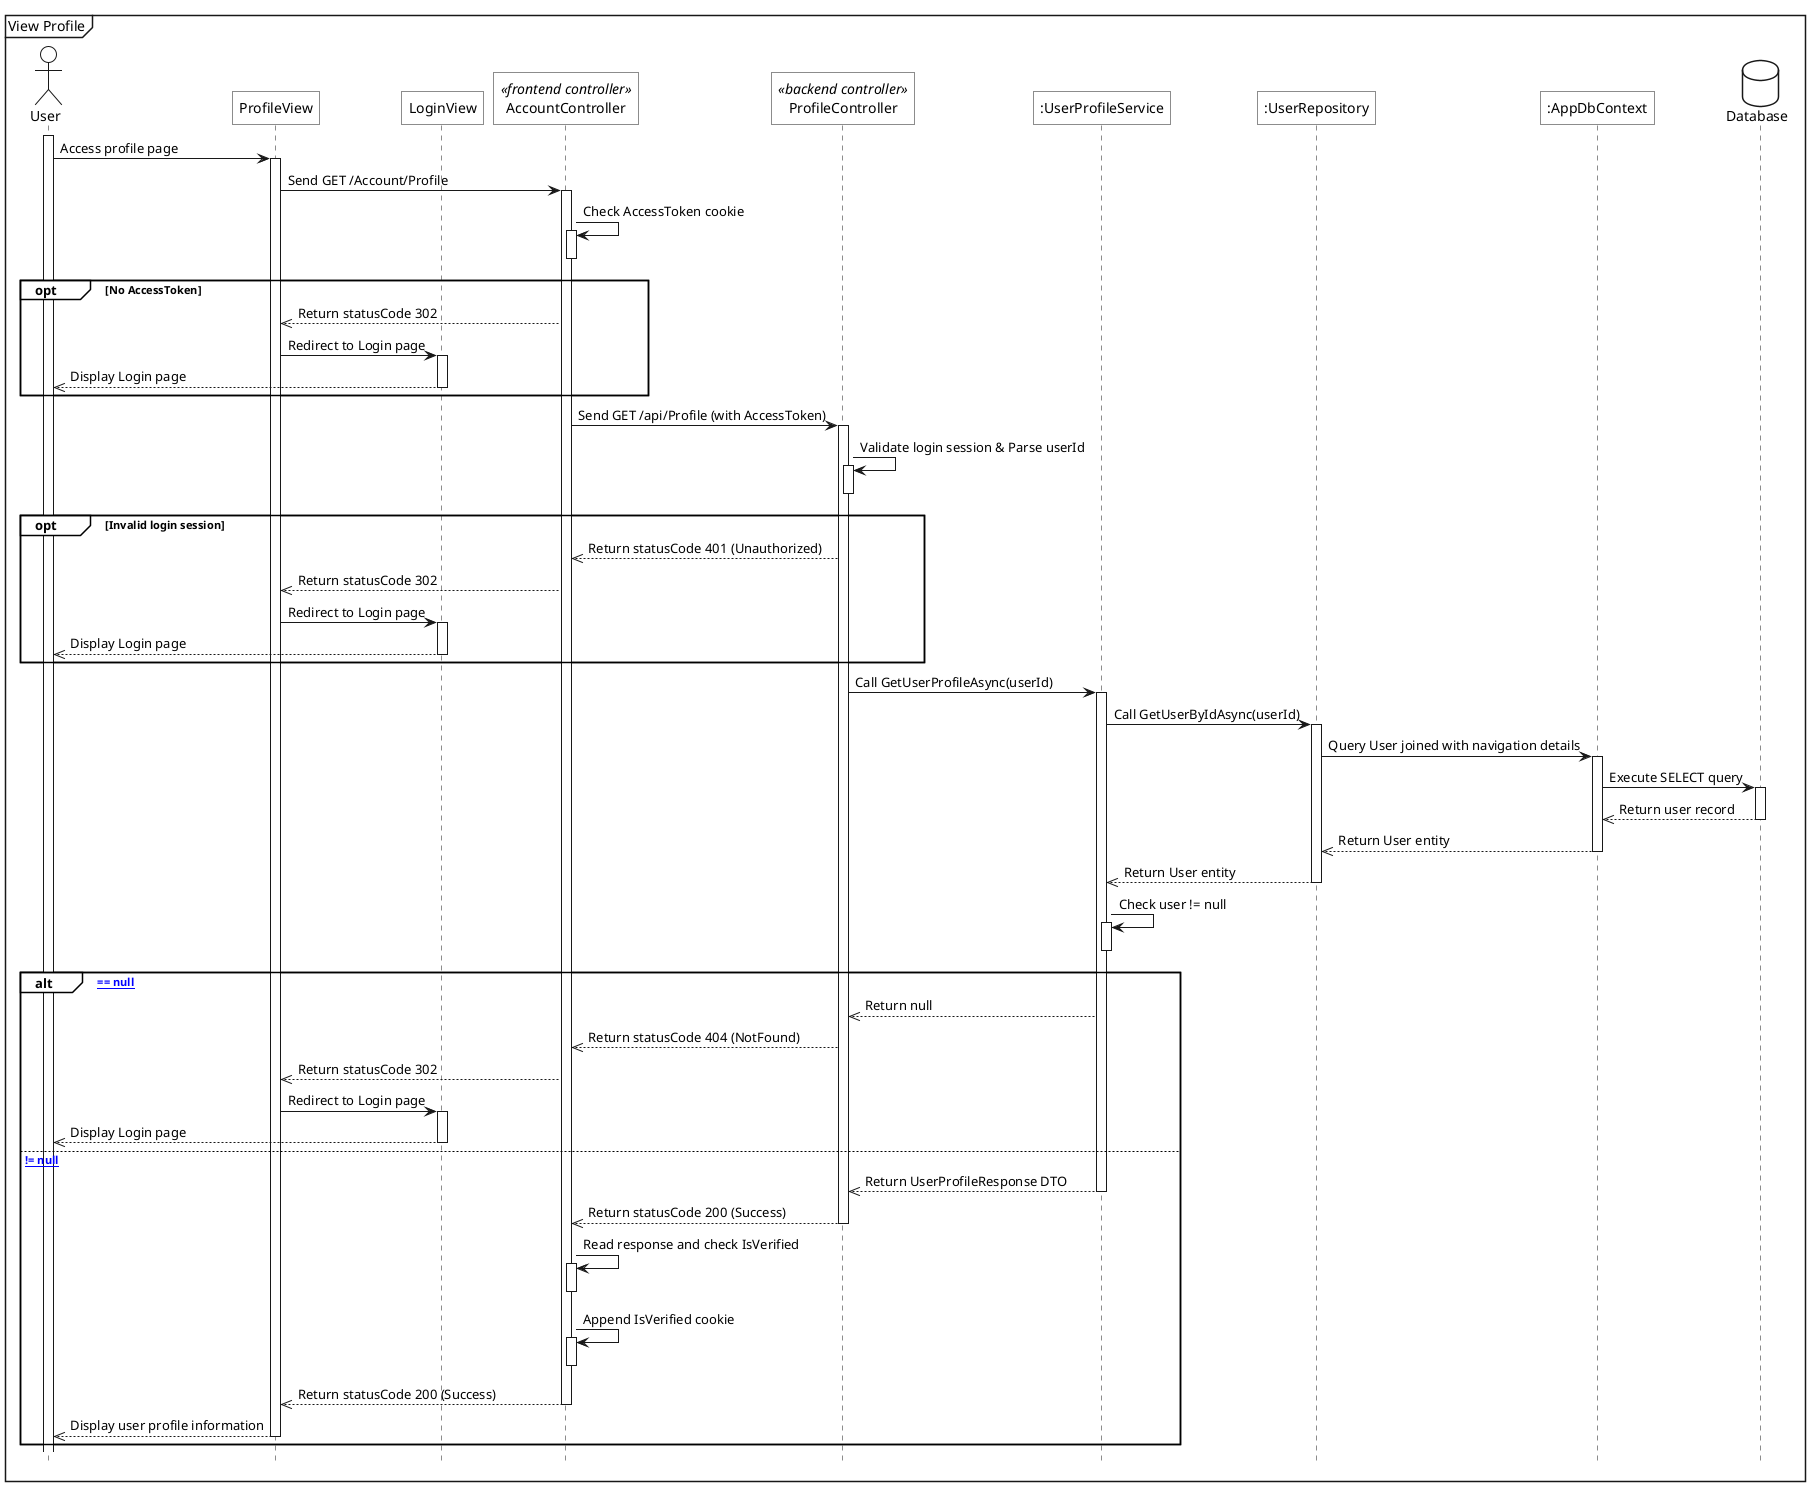
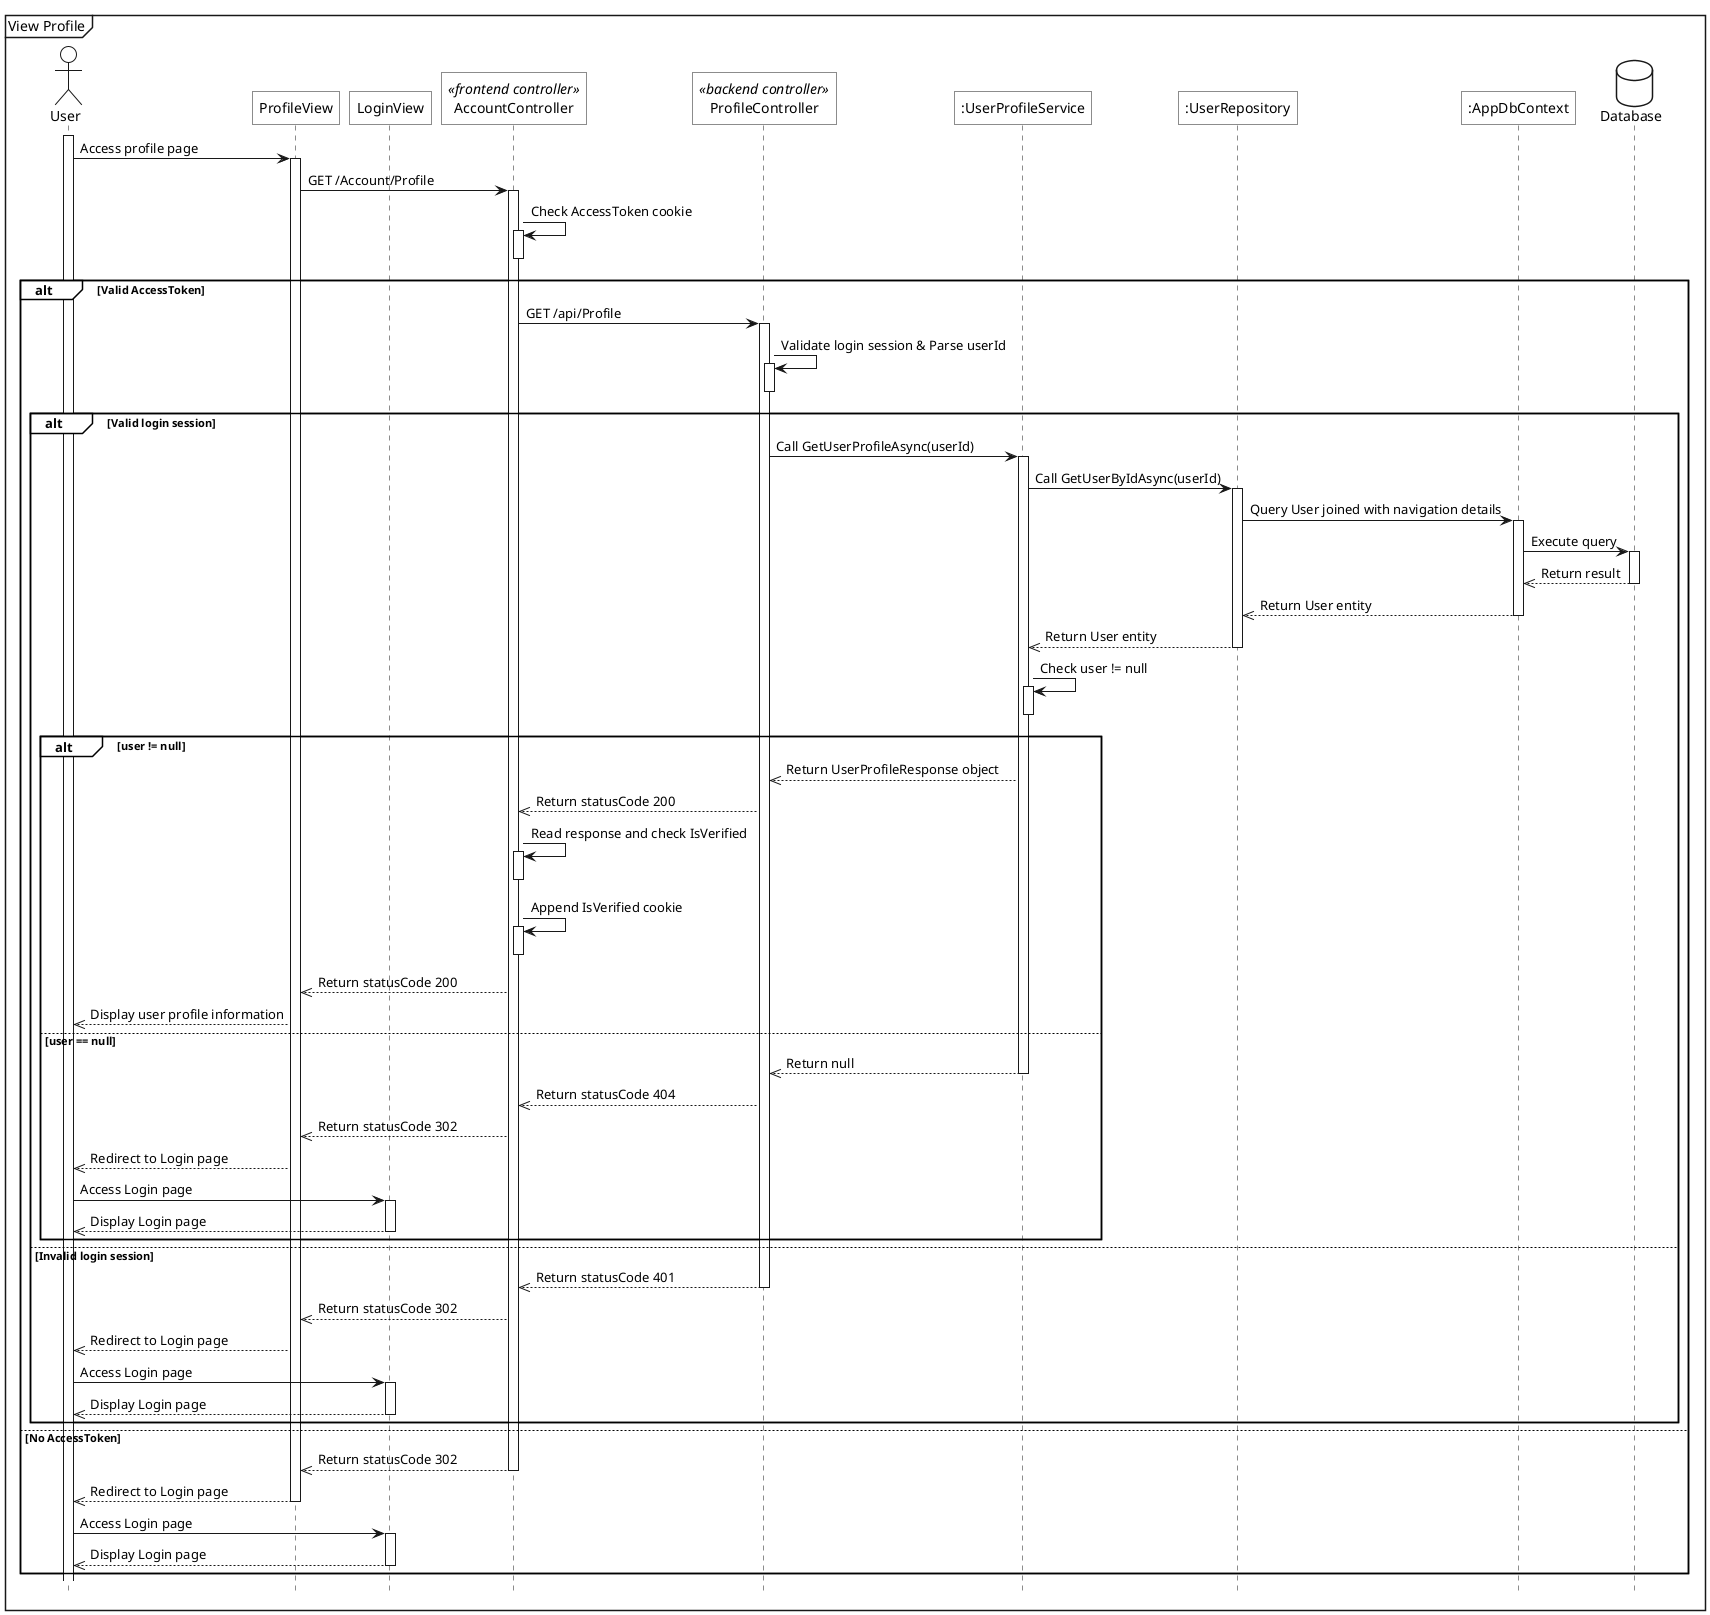
@startuml
<style>
    sequenceDiagram{
        actor{
            BackgroundColor white
            LineThickness 1.0
        }
        participant{
            BackgroundColor white
            RoundCorner 0
        }
        database{
            BackgroundColor white
        }
        groupHeader{
            BackgroundColor white
        }
        referenceHeader{
            BackgroundColor white
        }
        reference{
            BackgroundColor white
        }
    }
</style>

hide footbox

mainframe View Profile
actor User as act

participant "ProfileView" as view
participant "LoginView" as login_view
participant "AccountController" as fe_ctrl <<frontend controller>>
participant "ProfileController" as be_ctrl <<backend controller>>
participant ":UserProfileService" as sv
participant ":UserRepository" as repo
participant ":AppDbContext" as ctx
database Database as db

act++
act->view++: Access profile page
- view->fe_ctrl++: Send GET /Account/Profile
+ view->fe_ctrl++: GET /Account/Profile

fe_ctrl->fe_ctrl++: Check AccessToken cookie
fe_ctrl--
- group opt [No AccessToken]
-     fe_ctrl-->>view: Return statusCode 302
-     view->login_view++: Redirect to Login page
-     login_view-->>act: Display Login page
-     deactivate login_view
- end

- fe_ctrl->be_ctrl++: Send GET /api/Profile (with AccessToken)
+ alt Valid AccessToken
+     fe_ctrl->be_ctrl++: GET /api/Profile

- be_ctrl->be_ctrl++: Validate login session & Parse userId
- be_ctrl--
- group opt [Invalid login session]
-     be_ctrl-->>fe_ctrl: Return statusCode 401 (Unauthorized)
-     fe_ctrl-->>view: Return statusCode 302
-     view->login_view++: Redirect to Login page
-     login_view-->>act: Display Login page
-     deactivate login_view
- end
+     be_ctrl->be_ctrl++: Validate login session & Parse userId
+     be_ctrl--

- be_ctrl->sv++: Call GetUserProfileAsync(userId)
+     alt Valid login session
+         be_ctrl->sv++: Call GetUserProfileAsync(userId)

- sv->repo++: Call GetUserByIdAsync(userId)
- repo->ctx++: Query User joined with navigation details
- ctx->db++: Execute SELECT query
- db-->>ctx--: Return user record
- ctx-->>repo--: Return User entity
- repo-->>sv--: Return User entity
+         sv->repo++: Call GetUserByIdAsync(userId)
+         repo->ctx++: Query User joined with navigation details
+         ctx->db++: Execute query
+         db-->>ctx--: Return result
+         ctx-->>repo--: Return User entity
+         repo-->>sv--: Return User entity

- sv->sv++: Check user != null
- sv--
+         sv->sv++: Check user != null
+         sv--

- alt [user == null]
-     sv-->>be_ctrl: Return null
-     be_ctrl-->>fe_ctrl: Return statusCode 404 (NotFound)
-     fe_ctrl-->>view: Return statusCode 302
-     view->login_view++: Redirect to Login page
-     login_view-->>act: Display Login page
-     deactivate login_view
- else [user != null]
-     sv-->>be_ctrl--: Return UserProfileResponse DTO
-     be_ctrl-->>fe_ctrl--: Return statusCode 200 (Success)
+         alt user != null
+             sv-->>be_ctrl: Return UserProfileResponse object
+             be_ctrl-->>fe_ctrl: Return statusCode 200

-     fe_ctrl->fe_ctrl++: Read response and check IsVerified
-     fe_ctrl--
-     fe_ctrl->fe_ctrl++: Append IsVerified cookie
-     fe_ctrl--
-     fe_ctrl-->>view--: Return statusCode 200 (Success)
-     view-->>act--: Display user profile information
+             fe_ctrl->fe_ctrl++: Read response and check IsVerified
+             fe_ctrl--
+             fe_ctrl->fe_ctrl++: Append IsVerified cookie
+             fe_ctrl--
+             fe_ctrl-->>view: Return statusCode 200
+             view-->>act: Display user profile information
+         else user == null
+             sv-->>be_ctrl--: Return null
+             be_ctrl-->>fe_ctrl: Return statusCode 404
+             fe_ctrl-->>view: Return statusCode 302
+             view-->>act: Redirect to Login page
+             act->login_view++: Access Login page
+             login_view-->>act--: Display Login page
+         end
+     else Invalid login session
+         be_ctrl-->>fe_ctrl--: Return statusCode 401
+         fe_ctrl-->>view: Return statusCode 302
+         view-->>act: Redirect to Login page
+         act->login_view++: Access Login page
+         login_view-->>act--: Display Login page
+     end
+ else No AccessToken
+     fe_ctrl-->>view--: Return statusCode 302
+     view-->>act--: Redirect to Login page
+     act->login_view++: Access Login page
+     login_view-->>act--: Display Login page
end
@enduml
